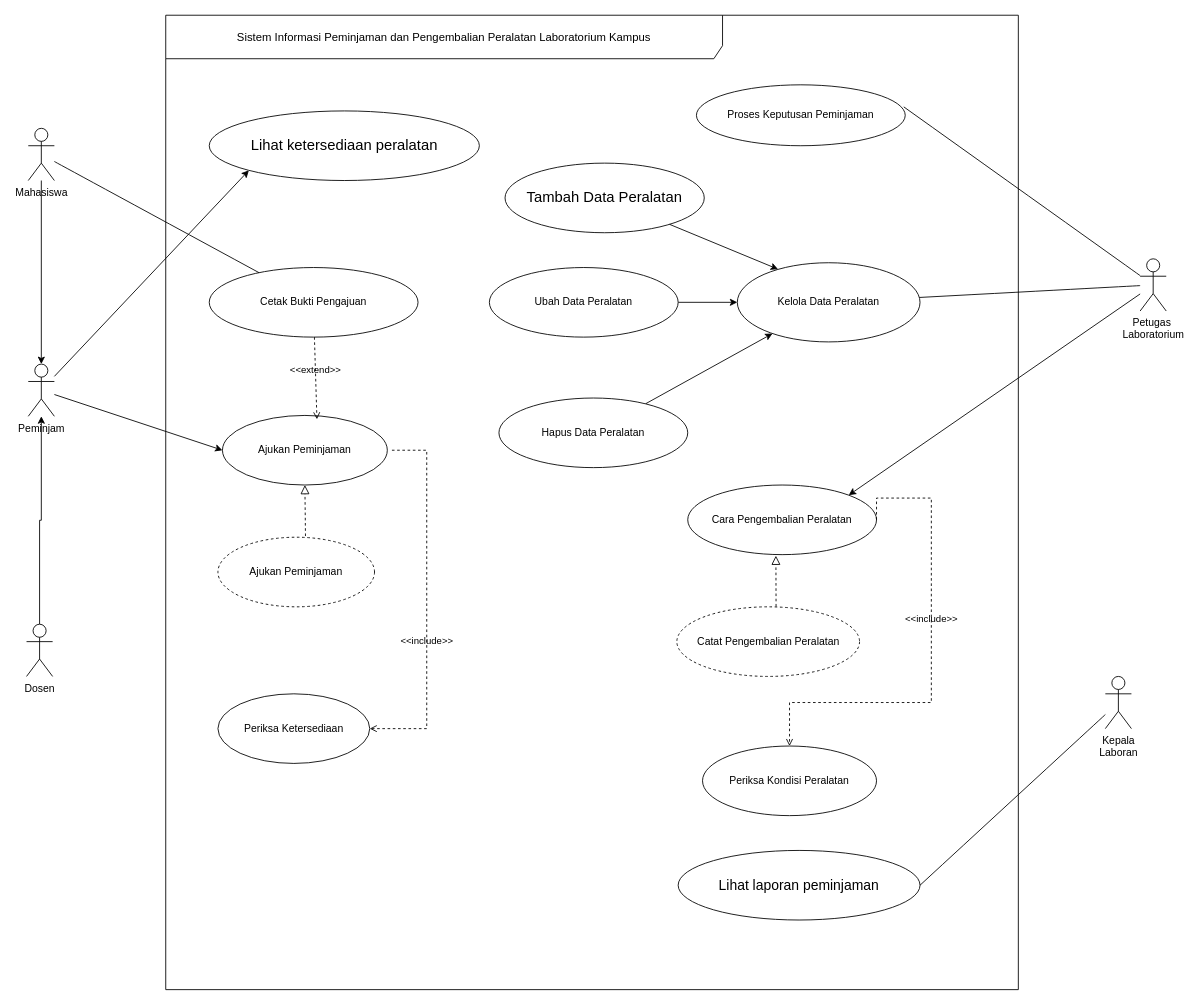
The draw.io diagram page "Halaman-1" (1 of 2) of 03_latihan_tools/P04/LAB/P04_2406002_LAB_usecase_v01.drawio in MuhammadYusufFaturahman-55/IFRWP5149_2406002_LabAlat, before the edit. Source tidied: cells renumbered, new cells numbered last; positions are measured from the earlier drawing's top-left corner, leaving out a move shared by most shapes. Both pictures are drawn from the tidied source at 87%, with x=0, y=0 at pixel (26, 15).
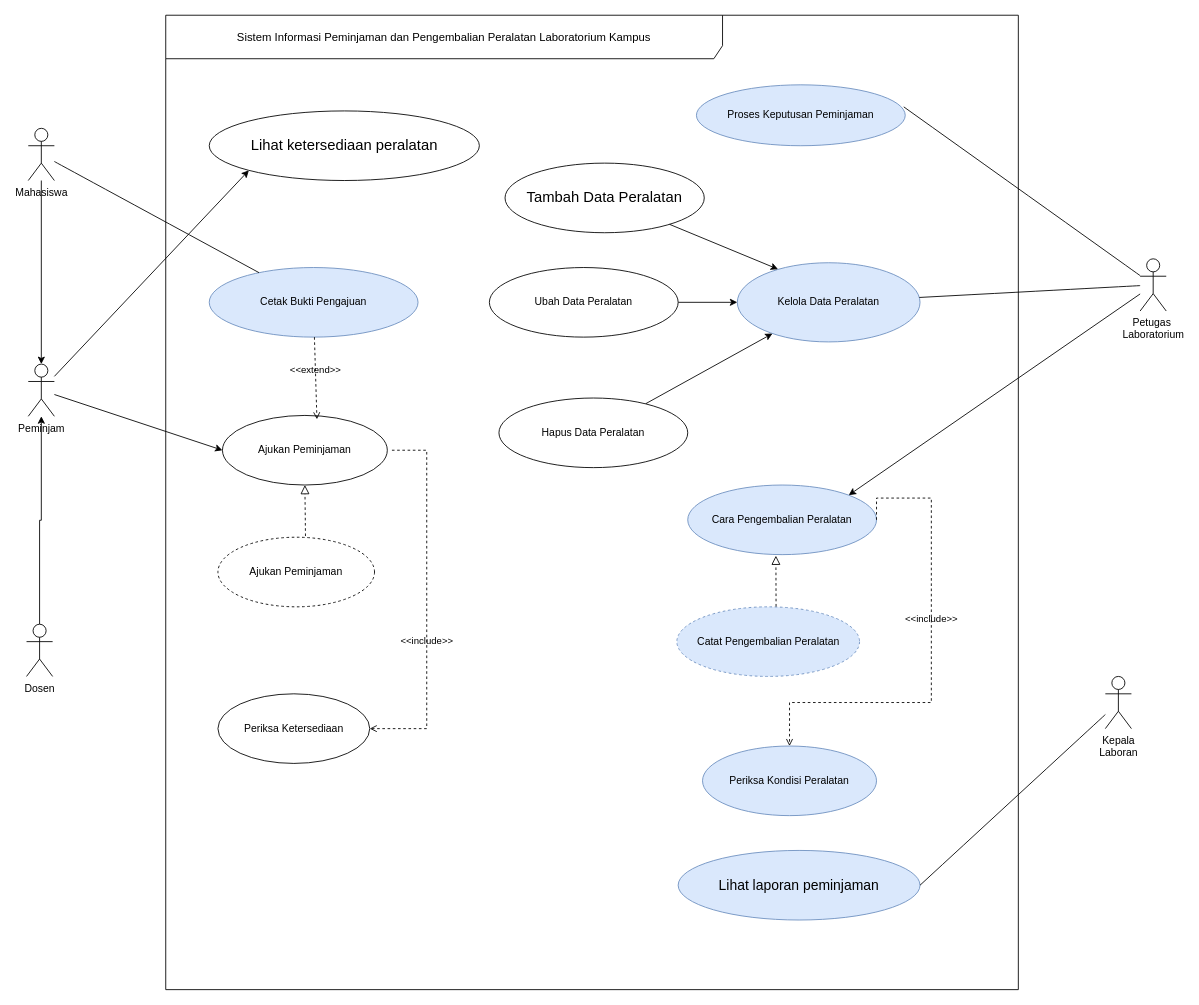
Above is the later version.

Unchanged cells that the change refers to:
```xml
<mxCell id="2" value="Sistem Informasi Peminjaman dan Pengembalian Peralatan Laboratorium Kampus" style="shape=umlFrame;whiteSpace=wrap;html=1;width=640;height=50;fontSize=13;" parent="1" vertex="1">
  <mxGeometry x="160" width="980" height="1120" as="geometry" />
</mxCell>
```

The edit, as a diff of the source:
```diff
@@
-    <mxCell id="4" value="Cetak Bukti Pengajuan" style="ellipse;whiteSpace=wrap;html=1;shapeInside=1;" parent="2" vertex="1">
+    <mxCell id="4" value="Cetak Bukti Pengajuan" style="ellipse;whiteSpace=wrap;html=1;shapeInside=1;fillColor=#dae8fc;strokeColor=#6c8ebf;" parent="2" vertex="1">
       <mxGeometry x="50" y="290" width="240" height="80" as="geometry" />
     </mxCell>
@@
-    <mxCell id="6" value="Proses Keputusan Peminjaman" style="ellipse;whiteSpace=wrap;html=1;shapeInside=1;" parent="2" vertex="1">
+    <mxCell id="6" value="Proses Keputusan Peminjaman" style="ellipse;whiteSpace=wrap;html=1;shapeInside=1;fillColor=#dae8fc;strokeColor=#6c8ebf;" parent="2" vertex="1">
       <mxGeometry x="610" y="80" width="240" height="70" as="geometry" />
     </mxCell>
@@
-    <mxCell id="8" value="Kelola Data Peralatan" style="ellipse;whiteSpace=wrap;html=1;shapeInside=1;" parent="2" vertex="1">
+    <mxCell id="8" value="Kelola Data Peralatan" style="ellipse;whiteSpace=wrap;html=1;shapeInside=1;fillColor=#dae8fc;strokeColor=#6c8ebf;" parent="2" vertex="1">
       <mxGeometry x="657" y="284.5" width="210" height="91" as="geometry" />
     </mxCell>
-    <mxCell id="9" value="&lt;font style=&quot;font-size: 16px;&quot;&gt;Lihat laporan peminjaman&lt;/font&gt;" style="ellipse;whiteSpace=wrap;html=1;shapeInside=1;" parent="2" vertex="1">
+    <mxCell id="9" value="&lt;font style=&quot;font-size: 16px;&quot;&gt;Lihat laporan peminjaman&lt;/font&gt;" style="ellipse;whiteSpace=wrap;html=1;shapeInside=1;fillColor=#dae8fc;strokeColor=#6c8ebf;" parent="2" vertex="1">
       <mxGeometry x="589" y="960" width="278" height="80" as="geometry" />
     </mxCell>
@@
-    <mxCell id="17" value="Cara Pengembalian Peralatan" style="ellipse;whiteSpace=wrap;html=1;shapeInside=1;" parent="2" vertex="1">
+    <mxCell id="17" value="Cara Pengembalian Peralatan" style="ellipse;whiteSpace=wrap;html=1;shapeInside=1;fillColor=#dae8fc;strokeColor=#6c8ebf;" parent="2" vertex="1">
       <mxGeometry x="600" y="540" width="217" height="80" as="geometry" />
     </mxCell>
-    <mxCell id="18" value="Periksa Kondisi Peralatan" style="ellipse;whiteSpace=wrap;html=1;shapeInside=1;" parent="2" vertex="1">
+    <mxCell id="18" value="Periksa Kondisi Peralatan" style="ellipse;whiteSpace=wrap;html=1;shapeInside=1;fillColor=#dae8fc;strokeColor=#6c8ebf;" parent="2" vertex="1">
       <mxGeometry x="617" y="840" width="200" height="80" as="geometry" />
     </mxCell>
@@
-    <mxCell id="22" value="Catat Pengembalian Peralatan" style="ellipse;whiteSpace=wrap;html=1;align=center;dashed=1;" parent="2" vertex="1">
+    <mxCell id="22" value="Catat Pengembalian Peralatan" style="ellipse;whiteSpace=wrap;html=1;align=center;dashed=1;fillColor=#dae8fc;strokeColor=#6c8ebf;" parent="2" vertex="1">
       <mxGeometry x="587.5" y="680" width="210" height="80" as="geometry" />
     </mxCell>
```
